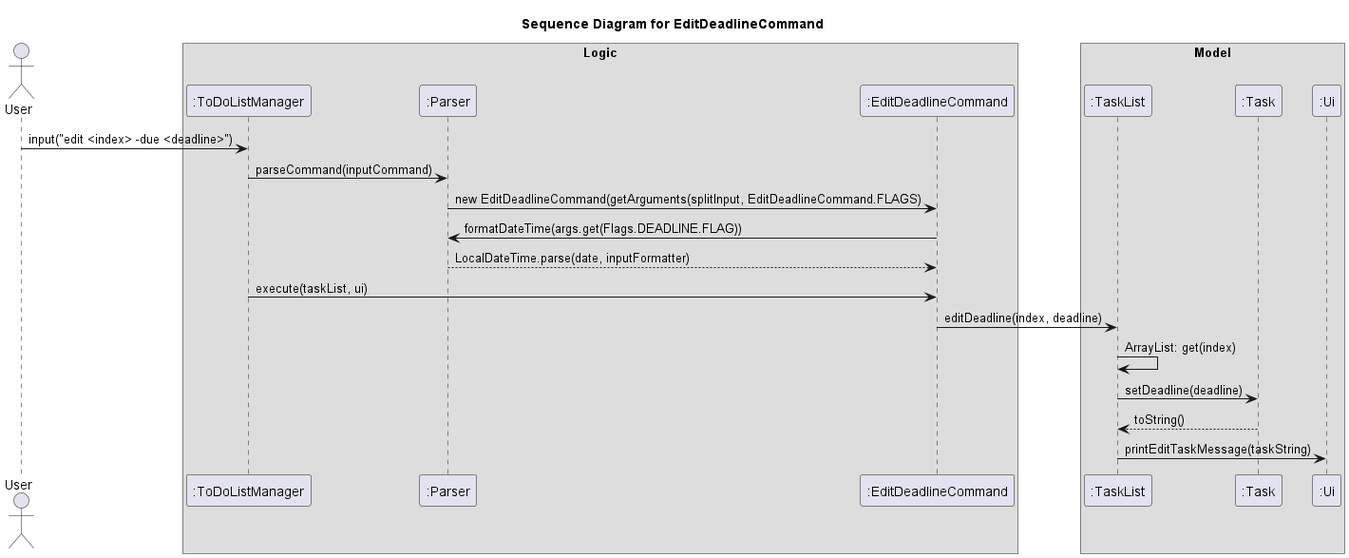
nus-cs2113-AY2223S2/tp keeps this PlantUML diagram as docs/images/EditDeadlineCommandSequence.png. Above is the earlier version. Source of this version:
```plantuml
@startuml

title Sequence Diagram for EditDeadlineCommand

actor User

box Logic
participant ":ToDoListManager" as ToDoListManager
participant ":Parser" as Parser
participant ":EditDeadlineCommand" as EditDeadlineCommand
end box

box Model
participant ":TaskList" as TaskList
participant ":Task" as Task
participant ":Ui" as Ui

User -> ToDoListManager: input("edit <index> -due <deadline>")
ToDoListManager -> Parser: parseCommand(inputCommand)
Parser -> EditDeadlineCommand: new EditDeadlineCommand(getArguments(splitInput, EditDeadlineCommand.FLAGS)
EditDeadlineCommand -> Parser: formatDateTime(args.get(Flags.DEADLINE.FLAG))
Parser --> EditDeadlineCommand: LocalDateTime.parse(date, inputFormatter)
ToDoListManager -> EditDeadlineCommand: execute(taskList, ui)
EditDeadlineCommand -> TaskList: editDeadline(index, deadline)
TaskList -> TaskList:ArrayList: get(index)
TaskList -> Task: setDeadline(deadline)
Task --> TaskList: toString()
TaskList -> Ui: printEditTaskMessage(taskString)
@enduml
```
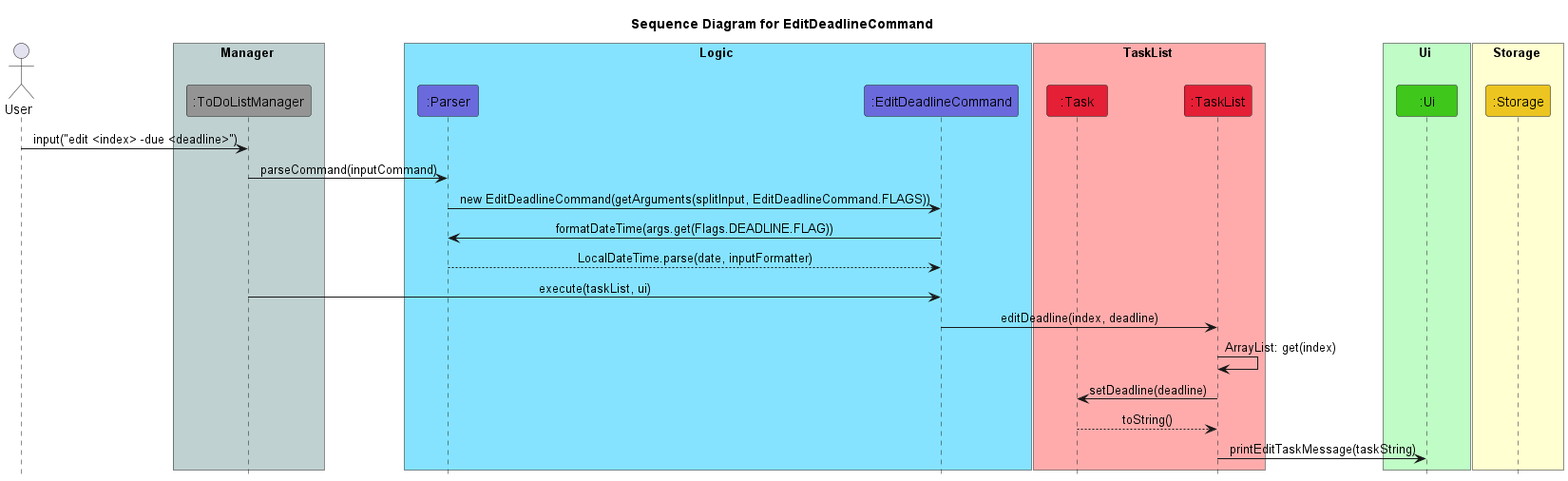
Later version of the same file.

Diff of the diagram source:
```diff
@@ -1,23 +1,35 @@
 @startuml
+!include Style.puml
 
 title Sequence Diagram for EditDeadlineCommand
 
 actor User
 
-box Logic
-participant ":ToDoListManager" as ToDoListManager
-participant ":Parser" as Parser
-participant ":EditDeadlineCommand" as EditDeadlineCommand
+box Manager COLOR_MAIN_LIGHT
+participant ":ToDoListManager" as ToDoListManager COLOR_MAIN
 end box
 
-box Model
-participant ":TaskList" as TaskList
-participant ":Task" as Task
-participant ":Ui" as Ui
+box Logic COLOR_LOGIC_LIGHT
+participant ":Parser" as Parser COLOR_LOGIC
+participant ":EditDeadlineCommand" as EditDeadlineCommand COLOR_LOGIC
+end box
+
+box TaskList COLOR_TASK_LIST_LIGHT
+participant ":Task" as Task COLOR_TASK_LIST
+participant ":TaskList" as TaskList COLOR_TASK_LIST
+end box
+
+box Ui COLOR_UI_LIGHT
+participant ":Ui" as Ui COLOR_UI
+end box
+
+box Storage COLOR_STORAGE_LIGHT
+participant ":Storage" as Storage COLOR_STORAGE
+end box
 
 User -> ToDoListManager: input("edit <index> -due <deadline>")
 ToDoListManager -> Parser: parseCommand(inputCommand)
-Parser -> EditDeadlineCommand: new EditDeadlineCommand(getArguments(splitInput, EditDeadlineCommand.FLAGS)
+Parser -> EditDeadlineCommand: new EditDeadlineCommand(getArguments(splitInput, EditDeadlineCommand.FLAGS))
 EditDeadlineCommand -> Parser: formatDateTime(args.get(Flags.DEADLINE.FLAG))
 Parser --> EditDeadlineCommand: LocalDateTime.parse(date, inputFormatter)
 ToDoListManager -> EditDeadlineCommand: execute(taskList, ui)
```
